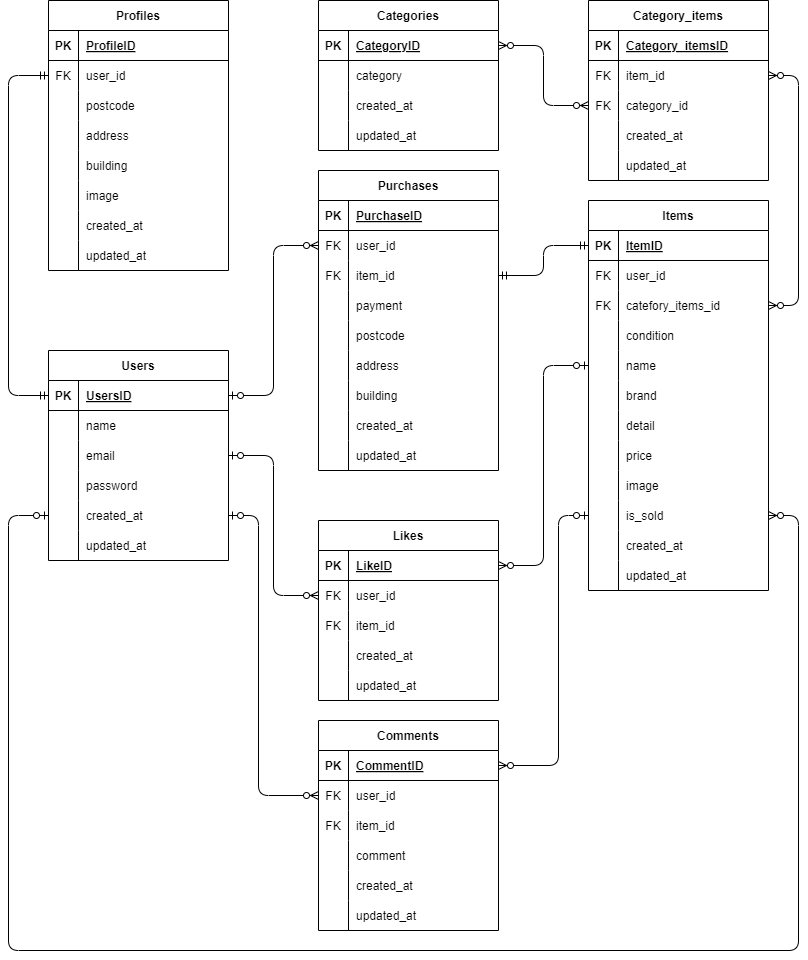
The draw.io diagram ER.drawio.png in orochan89/flea-market-app, before a commit. Source tidied: cells renumbered, new cells last; positions are measured from the earlier drawing's top-left corner, leaving out a move shared by most shapes.
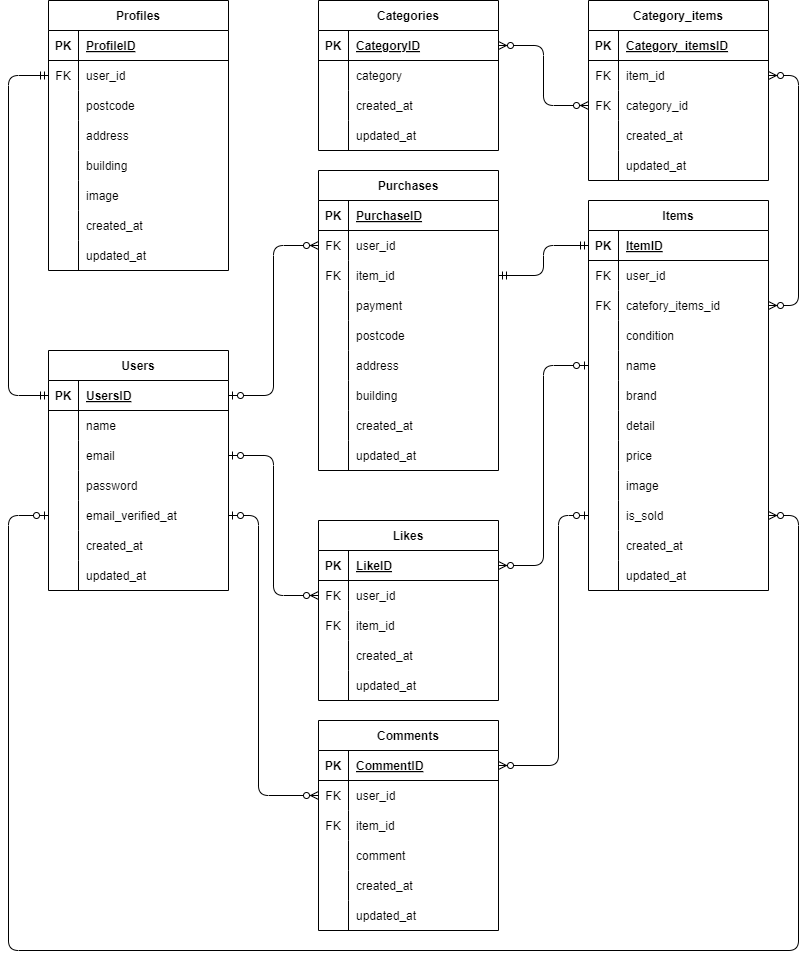
Later version of the same file.

Diff of the diagram source:
```diff
@@ -3,7 +3,7 @@
     <mxCell id="0" />
     <mxCell id="1" parent="0" />
     <mxCell id="2" value="Users" style="shape=table;startSize=30;rowLines=0;fontStyle=1;align=center;" parent="1" vertex="1">
-      <mxGeometry x="40" y="350" width="180" height="210" as="geometry" />
+      <mxGeometry x="40" y="350" width="180" height="240" as="geometry" />
     </mxCell>
     <mxCell id="3" style="shape=tableRow;horizontal=0;startSize=0;swimlaneHead=0;swimlaneBody=0;fillColor=none;points=[[0,0.5],[1,0.5]];portConstraint=eastwest;top=0;left=0;right=0;bottom=1;" parent="2" vertex="1">
       <mxGeometry y="30" width="180" height="30" as="geometry" />
@@ -47,7 +47,7 @@
     <mxCell id="16" style="shape=partialRectangle;fillColor=none;top=0;left=0;bottom=0;right=0;overflow=hidden;" parent="15" vertex="1">
       <mxGeometry width="30" height="30" as="geometry" />
     </mxCell>
-    <mxCell id="17" value="created_at" style="shape=partialRectangle;fillColor=none;top=0;left=0;bottom=0;right=0;align=left;spacingLeft=6;overflow=hidden;" parent="15" vertex="1">
+    <mxCell id="17" value="email_verified_at" style="shape=partialRectangle;fillColor=none;top=0;left=0;bottom=0;right=0;align=left;spacingLeft=6;overflow=hidden;" parent="15" vertex="1">
       <mxGeometry x="30" width="150" height="30" as="geometry" />
     </mxCell>
     <mxCell id="18" style="shape=tableRow;horizontal=0;startSize=0;swimlaneHead=0;swimlaneBody=0;fillColor=none;top=0;left=0;right=0;bottom=0;" parent="2" vertex="1">
@@ -56,9 +56,18 @@
     <mxCell id="19" style="shape=partialRectangle;fillColor=none;top=0;left=0;bottom=0;right=0;overflow=hidden;" parent="18" vertex="1">
       <mxGeometry width="30" height="30" as="geometry" />
     </mxCell>
-    <mxCell id="20" value="updated_at" style="shape=partialRectangle;fillColor=none;top=0;left=0;bottom=0;right=0;align=left;spacingLeft=6;overflow=hidden;" parent="18" vertex="1">
+    <mxCell id="20" value="created_at" style="shape=partialRectangle;fillColor=none;top=0;left=0;bottom=0;right=0;align=left;spacingLeft=6;overflow=hidden;" parent="18" vertex="1">
       <mxGeometry x="30" width="150" height="30" as="geometry" />
     </mxCell>
+    <mxCell id="185" style="shape=tableRow;horizontal=0;startSize=0;swimlaneHead=0;swimlaneBody=0;fillColor=none;top=0;left=0;right=0;bottom=0;" parent="2" vertex="1">
+      <mxGeometry y="210" width="180" height="30" as="geometry" />
+    </mxCell>
+    <mxCell id="186" style="shape=partialRectangle;fillColor=none;top=0;left=0;bottom=0;right=0;overflow=hidden;" parent="185" vertex="1">
+      <mxGeometry width="30" height="30" as="geometry" />
+    </mxCell>
+    <mxCell id="187" value="updated_at" style="shape=partialRectangle;fillColor=none;top=0;left=0;bottom=0;right=0;align=left;spacingLeft=6;overflow=hidden;" parent="185" vertex="1">
+      <mxGeometry x="30" width="150" height="30" as="geometry" />
+    </mxCell>
     <mxCell id="21" value="Items" style="shape=table;startSize=30;rowLines=0;fontStyle=1;align=center;" parent="1" vertex="1">
       <mxGeometry x="580" y="200" width="180" height="390" as="geometry" />
     </mxCell>
```
